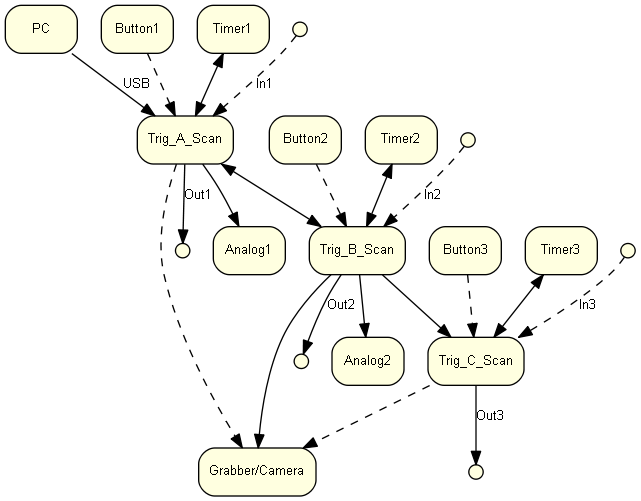
The Graphviz diagram doc/src/_Octane_Trigger_extended.png in hintiflo/MA, before a commit. Its source is kept beside it as doc/src/_Octane_Trigger_extended.dot. Source of this version:
```dot
digraph trigext{
	# splines = false;
	# splines = ortho;
	labeldistance = 0.0;
	 graph [fontname = "helvetica"];
	 node [fontname = "helvetica"];
	 edge [fontname = "helvetica"];

 	node	[shape=record, fontsize  = 10, style= "filled, rounded", fillcolor = lightyellow]
	edge [fontsize  = 10]
	PC [shape = box, pos = "5,-2.8!"]
	Grab[shape = box, label = "Grabber/Camera", pos = "3,-8!"]

	Button1 [shape = box, pos = "6.25,-3.25!"]
	Button2 [shape = box, pos = "6.25,-5.25!"]
	Button3 [shape = box, pos = "6.25,-7.25!"]
	Timer1 [shape = box, pos = "6.5,-4!"]
	Timer2 [shape = box, pos = "6.5,-6!"]
	Timer3 [shape = box, pos = "6.5,-8!"]
	Trigger1 [shape = box, label= Trig_A_Scan, pos = "5,-4!"]
	Trigger2 [shape = box, label= Trig_B_Scan, pos = "5,-6!"]
	Trigger3 [shape = box, label= Trig_C_Scan, pos = "5,-8!"]
	TrigIn1 [shape = point, width=.15, pos = "4.4, -3.5!"]
	TrigIn2 [shape = point, width=.15, pos = "4.8, -5.3!"]
	TrigIn3 [shape = point, width=.15, pos = "4.8, -7.3!"]
	TrigOut1 [shape = point, width=.15, pos = "6.25,-4.5!"]
	TrigOut2 [shape = point, width=.15, pos = "6.25,-6.5!"]
	TrigOut3 [shape = point, width=.15, pos = "6.25,-8.5!"]
	Analog1 [shape = box, pos = "3,-4!"]
	Analog2 [shape = box, pos = "3,-6!"]

	Trigger1 -> Trigger2 [ dir = "both"]
	Trigger2 -> Trigger3
	Trigger1 -> Grab [style="dashed"]
	Trigger2 -> Grab
	Trigger3 -> Grab [style="dashed"]
	PC	-> Trigger1 [label = "USB", fontsize  = 10]

	Timer1	-> Trigger1[dir = both]
	Timer2	-> Trigger2[dir = both]
	Timer3	-> Trigger3[dir = both]
	Trigger1	-> Analog1
	Trigger2	-> Analog2
	TrigIn1 -> Trigger1 [label = "In1", style="dashed"]
	TrigIn2 -> Trigger2 [label = "In2", style="dashed"]
	TrigIn3 -> Trigger3 [label = "In3", style="dashed"]

	Trigger1 -> TrigOut1[label = "Out1"]
	Trigger2 -> TrigOut2[label = "Out2"]
	Trigger3 -> TrigOut3[label = "Out3"]

	Button1 -> Trigger1 [style="dashed"]
	Button2 -> Trigger2 [style="dashed"]
	Button3 -> Trigger3 [style="dashed"]

}
```
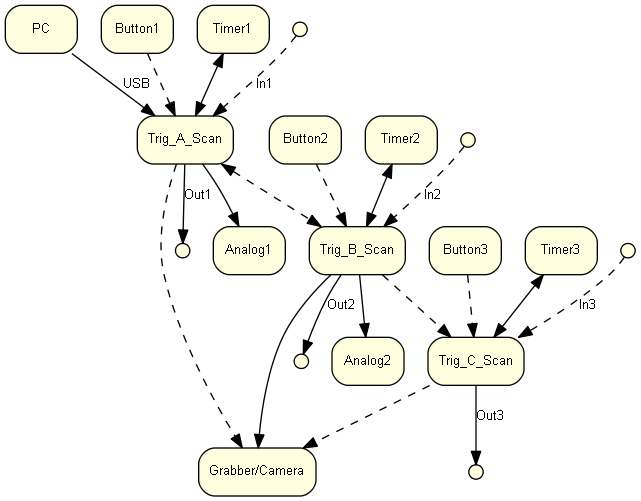
Above is the later version.

The edit, as a diff of the source:
```diff
@@ -29,8 +29,8 @@
 	Analog1 [shape = box, pos = "3,-4!"]
 	Analog2 [shape = box, pos = "3,-6!"]
 
-	Trigger1 -> Trigger2 [ dir = "both"]
-	Trigger2 -> Trigger3
+	Trigger1 -> Trigger2 [ dir = "both", style="dashed"]
+	Trigger2 -> Trigger3 [style="dashed"]
 	Trigger1 -> Grab [style="dashed"]
 	Trigger2 -> Grab
 	Trigger3 -> Grab [style="dashed"]
```
